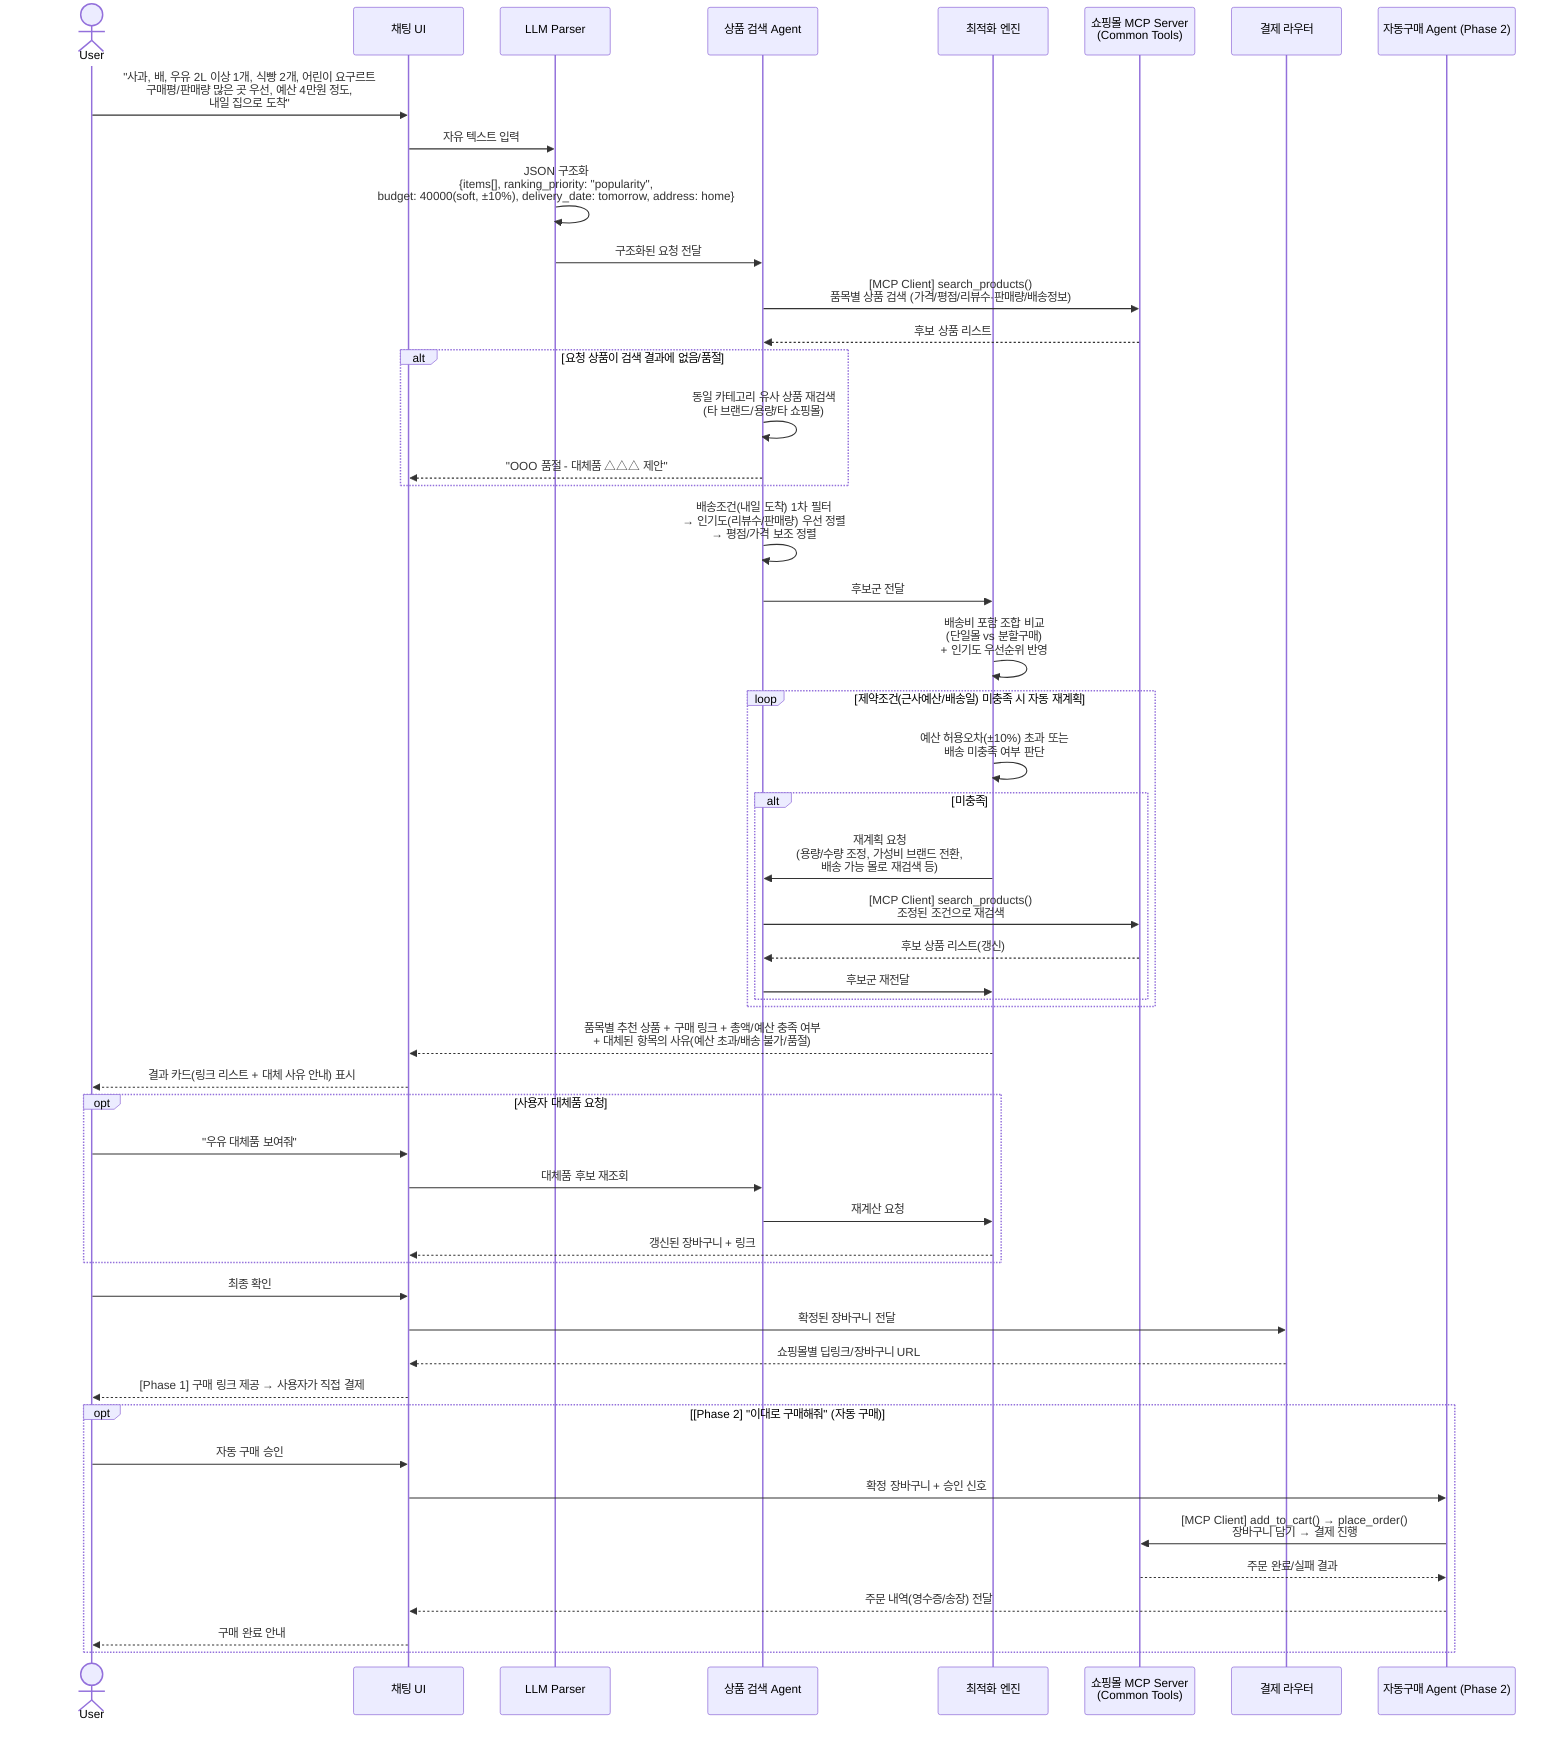
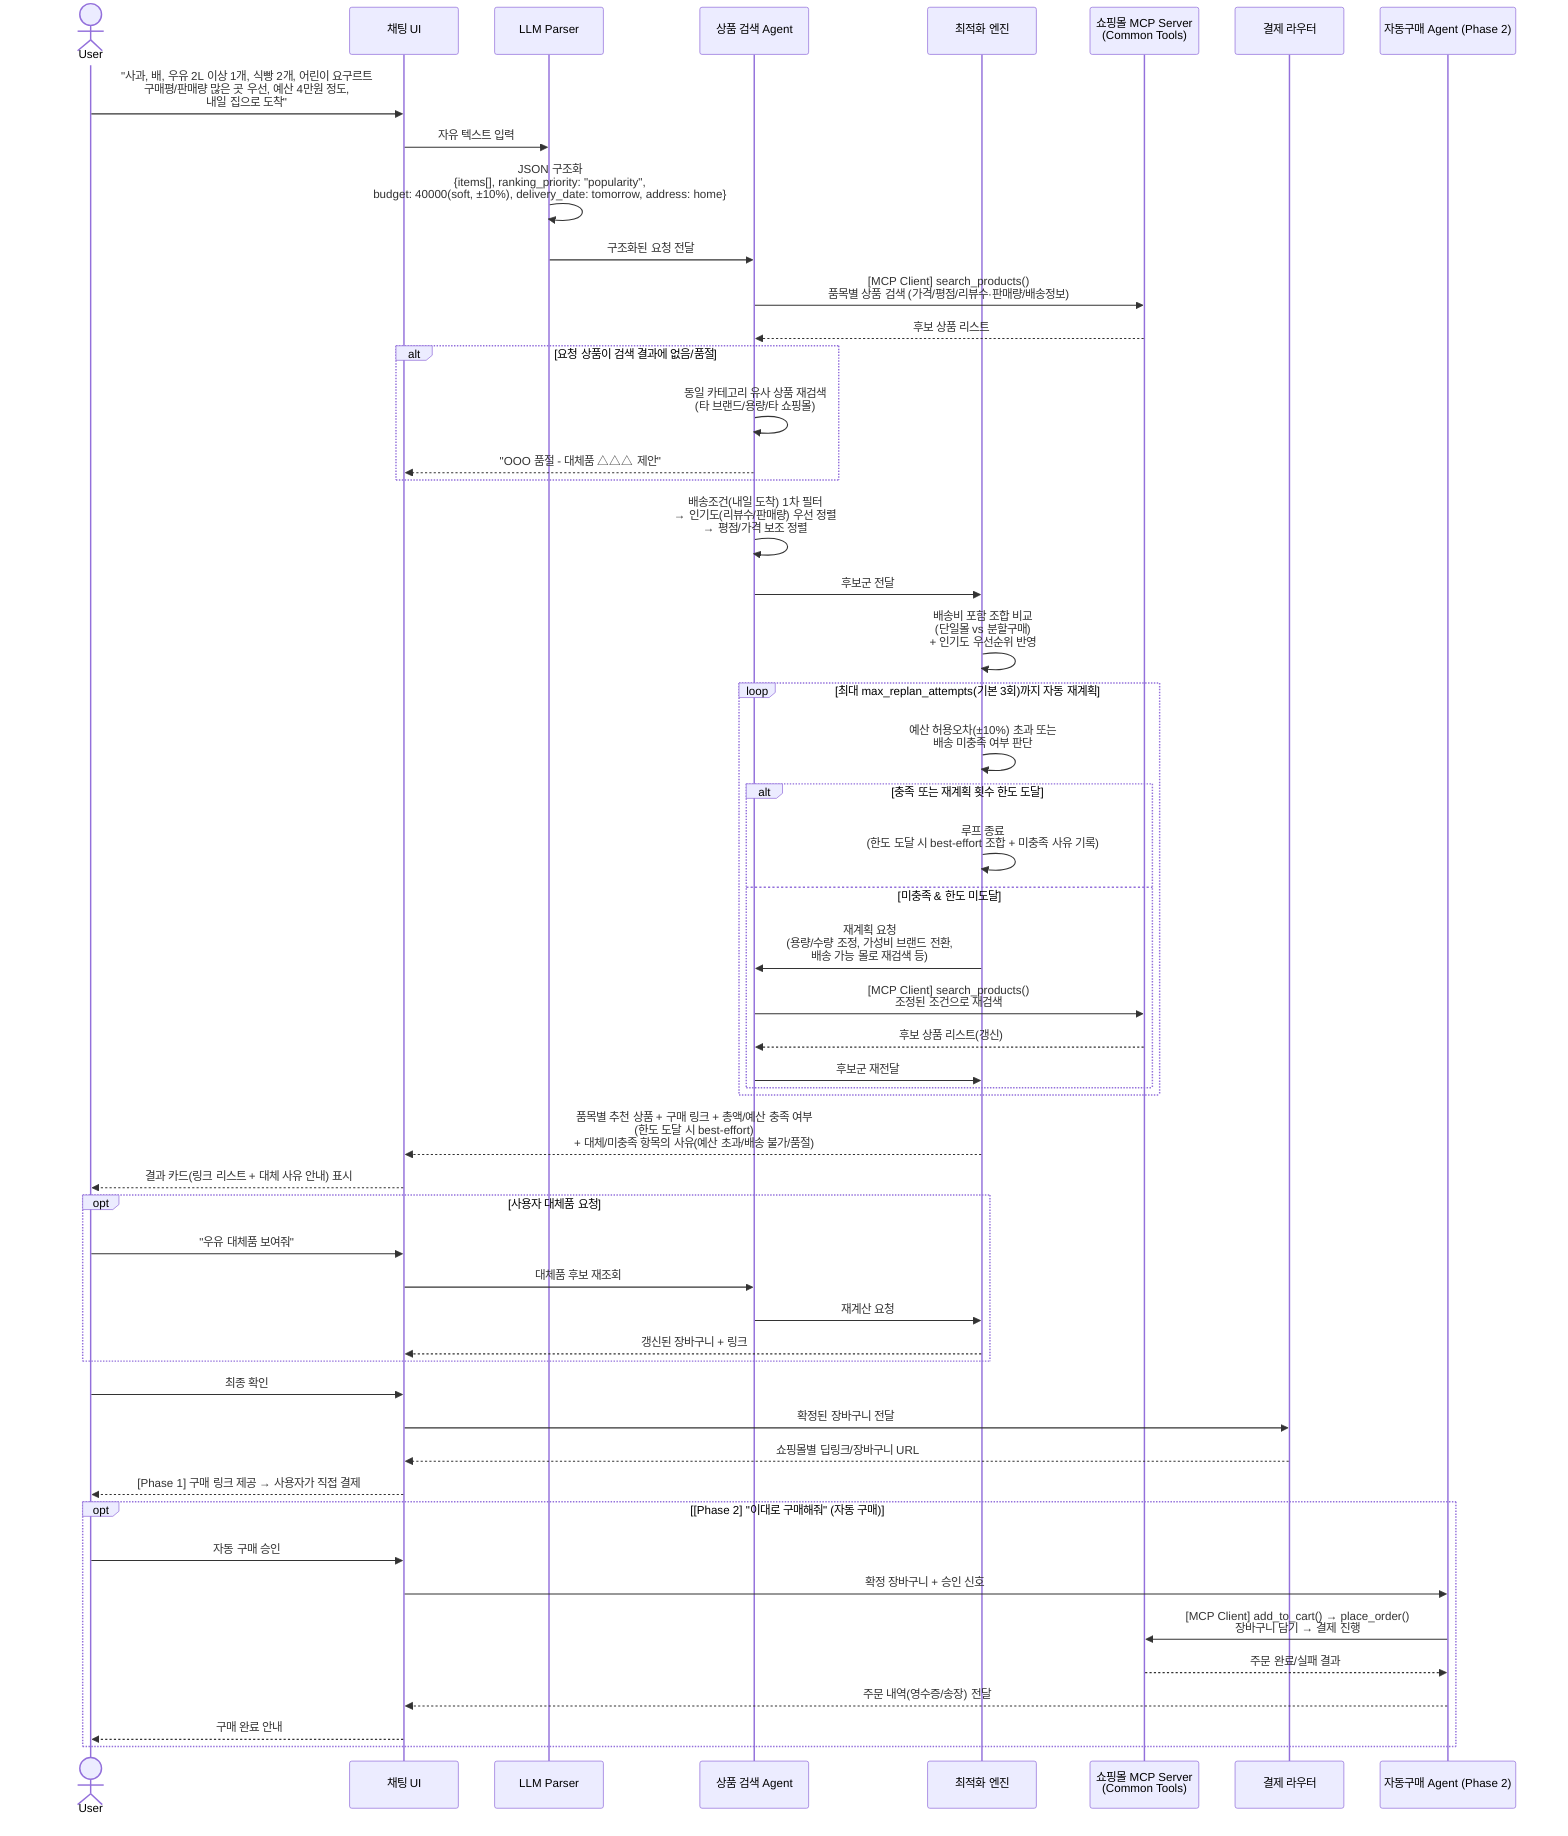
sequenceDiagram
    actor User
    participant UI as 채팅 UI
    participant Parser as LLM Parser
    participant Search as 상품 검색 Agent
    participant Optimizer as 최적화 엔진
    participant Mall as 쇼핑몰 MCP Server<br/>(Common Tools)
    participant Router as 결제 라우터
    participant Purchase as 자동구매 Agent (Phase 2)

    User->>UI: "사과, 배, 우유 2L 이상 1개, 식빵 2개, 어린이 요구르트<br/>구매평/판매량 많은 곳 우선, 예산 4만원 정도,<br/>내일 집으로 도착"
    UI->>Parser: 자유 텍스트 입력
    Parser->>Parser: JSON 구조화<br/>{items[], ranking_priority: "popularity",<br/>budget: 40000(soft, ±10%), delivery_date: tomorrow, address: home}
    Parser->>Search: 구조화된 요청 전달
    Search->>Mall: [MCP Client] search_products()<br/>품목별 상품 검색 (가격/평점/리뷰수·판매량/배송정보)
    Mall-->>Search: 후보 상품 리스트

    alt 요청 상품이 검색 결과에 없음/품절
        Search->>Search: 동일 카테고리 유사 상품 재검색<br/>(타 브랜드/용량/타 쇼핑몰)
        Search-->>UI: "OOO 품절 - 대체품 △△△ 제안"
    end

    Search->>Search: 배송조건(내일 도착) 1차 필터<br/>→ 인기도(리뷰수/판매량) 우선 정렬<br/>→ 평점/가격 보조 정렬
    Search->>Optimizer: 후보군 전달
    Optimizer->>Optimizer: 배송비 포함 조합 비교<br/>(단일몰 vs 분할구매)<br/>+ 인기도 우선순위 반영

-     loop 제약조건(근사예산/배송일) 미충족 시 자동 재계획
+     loop 최대 max_replan_attempts(기본 3회)까지 자동 재계획
        Optimizer->>Optimizer: 예산 허용오차(±10%) 초과 또는<br/>배송 미충족 여부 판단
-         alt 미충족
+         alt 충족 또는 재계획 횟수 한도 도달
+             Optimizer->>Optimizer: 루프 종료<br/>(한도 도달 시 best-effort 조합 + 미충족 사유 기록)
+         else 미충족 & 한도 미도달
            Optimizer->>Search: 재계획 요청<br/>(용량/수량 조정, 가성비 브랜드 전환,<br/>배송 가능 몰로 재검색 등)
            Search->>Mall: [MCP Client] search_products()<br/>조정된 조건으로 재검색
            Mall-->>Search: 후보 상품 리스트(갱신)
            Search->>Optimizer: 후보군 재전달
        end
    end

-     Optimizer-->>UI: 품목별 추천 상품 + 구매 링크 + 총액/예산 충족 여부<br/>+ 대체된 항목의 사유(예산 초과/배송 불가/품절)
+     Optimizer-->>UI: 품목별 추천 상품 + 구매 링크 + 총액/예산 충족 여부<br/>(한도 도달 시 best-effort)<br/>+ 대체/미충족 항목의 사유(예산 초과/배송 불가/품절)
    UI-->>User: 결과 카드(링크 리스트 + 대체 사유 안내) 표시

    opt 사용자 대체품 요청
        User->>UI: "우유 대체품 보여줘"
        UI->>Search: 대체품 후보 재조회
        Search->>Optimizer: 재계산 요청
        Optimizer-->>UI: 갱신된 장바구니 + 링크
    end

    User->>UI: 최종 확인
    UI->>Router: 확정된 장바구니 전달
    Router-->>UI: 쇼핑몰별 딥링크/장바구니 URL
    UI-->>User: [Phase 1] 구매 링크 제공 → 사용자가 직접 결제

    opt [Phase 2] "이대로 구매해줘" (자동 구매)
        User->>UI: 자동 구매 승인
        UI->>Purchase: 확정 장바구니 + 승인 신호
        Purchase->>Mall: [MCP Client] add_to_cart() → place_order()<br/>장바구니 담기 → 결제 진행
        Mall-->>Purchase: 주문 완료/실패 결과
        Purchase-->>UI: 주문 내역(영수증/송장) 전달
        UI-->>User: 구매 완료 안내
    end
